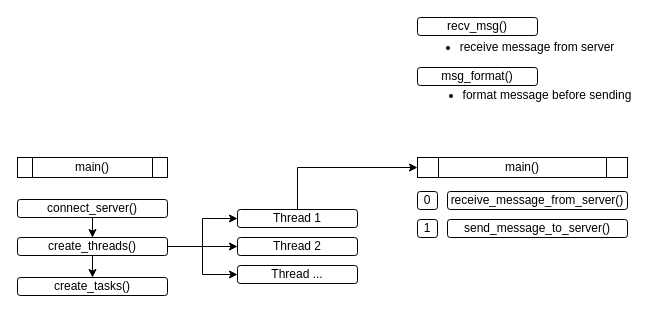
Earlier version of the draw.io diagram Chatting Bot/diagrams/chatBotClient.drawio (seonwoo960000/skill_stack). Source tidied: cells renumbered, new cells numbered last; positions are measured from the earlier drawing's top-left corner, leaving out a move shared by most shapes. Both pictures are drawn from the tidied source at 100%, with x=0, y=0 at pixel (17, 17).
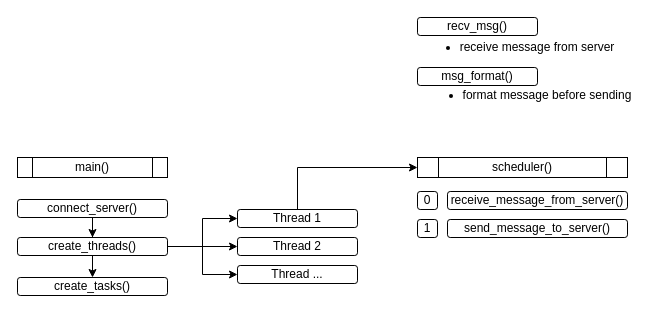
The same diagram, later.

The edit, as a diff of the source:
```diff
@@
-    <mxCell id="15" value="main()" style="shape=process;whiteSpace=wrap;html=1;backgroundOutline=1;" parent="1" vertex="1">
+    <mxCell id="15" value="scheduler()" style="shape=process;whiteSpace=wrap;html=1;backgroundOutline=1;" parent="1" vertex="1">
       <mxGeometry x="400" y="140" width="210" height="20" as="geometry" />
     </mxCell>
```
